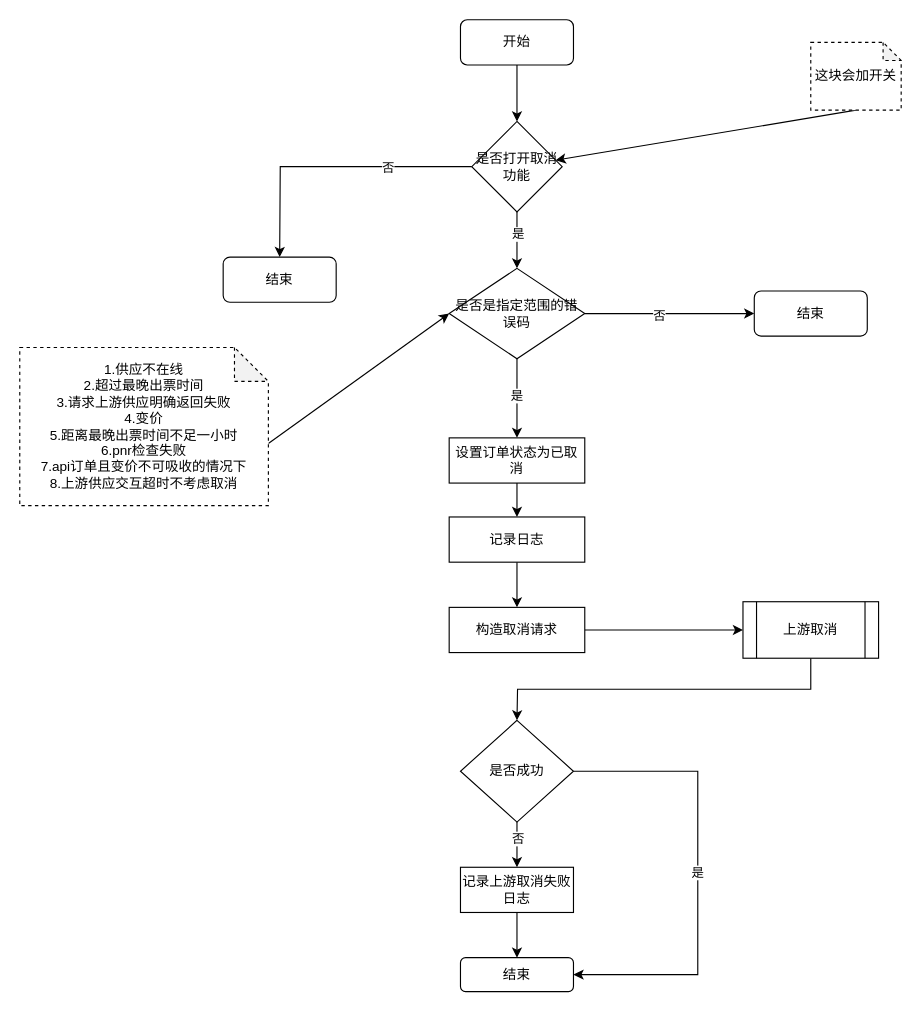
zhangweixin/design-diagram keeps this draw.io diagram as page "取消订单处理" (4 of 9) of pkfare/paycheck-refactor/新支付前校验流程.drawio. Above is the earlier version. Source tidied: cells renumbered, new cells numbered last; positions are measured from the earlier drawing's top-left corner, leaving out a move shared by most shapes. Both pictures are drawn from the tidied source at 113%, with x=0, y=0 at pixel (19, 19).
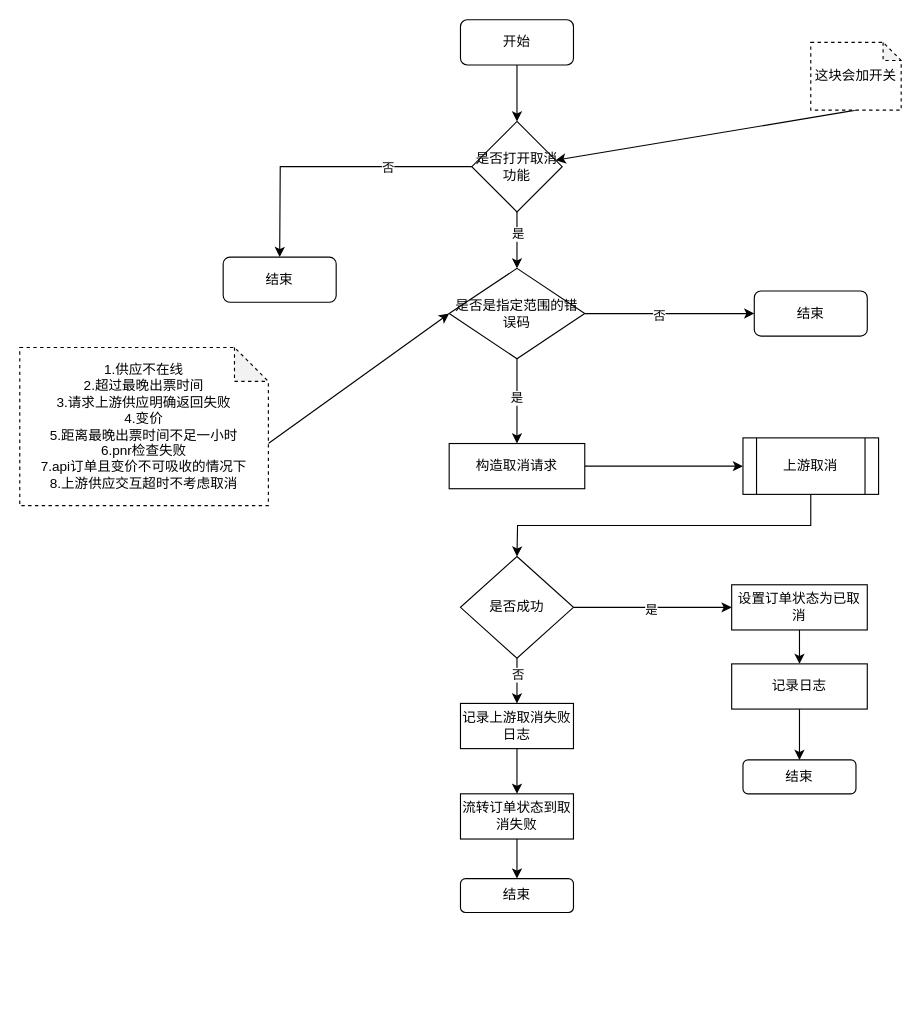
Above is the later version.

The change refers to these unchanged cells:
```xml
<mxCell id="8" value="是否是指定范围的错误码" style="rhombus;whiteSpace=wrap;html=1;" parent="1" vertex="1">
  <mxGeometry x="380" y="220" width="120" height="80" as="geometry" />
</mxCell>
```

Change to the diagram source:
```diff
@@
-    <mxCell id="4" style="edgeStyle=orthogonalEdgeStyle;rounded=0;jettySize=auto;html=1;exitX=0.5;exitY=1;exitDx=0;exitDy=0;" parent="1" edge="1" source="8">
-      <mxGeometry relative="1" as="geometry">
-        <mxPoint x="440" y="370" as="targetPoint" />
-      </mxGeometry>
+    <mxCell id="4" style="edgeStyle=orthogonalEdgeStyle;rounded=0;jettySize=auto;html=1;exitX=0.5;exitY=1;exitDx=0;exitDy=0;entryX=0.5;entryY=0;entryDx=0;entryDy=0;" parent="1" edge="1" source="8" target="17">
+      <mxGeometry relative="1" as="geometry" />
     </mxCell>
@@
     <mxCell id="9" style="edgeStyle=orthogonalEdgeStyle;rounded=0;jettySize=auto;html=1;exitX=0.5;exitY=1;exitDx=0;exitDy=0;" parent="1" edge="1" source="10">
       <mxGeometry relative="1" as="geometry">
-        <mxPoint x="440" y="440" as="targetPoint" />
+        <mxPoint x="690" y="570" as="targetPoint" />
       </mxGeometry>
     </mxCell>
     <mxCell id="10" value="设置订单状态为已取消" style="rounded=0;whiteSpace=wrap;html=1;" parent="1" vertex="1">
-      <mxGeometry x="380" y="370" width="120" height="40" as="geometry" />
+      <mxGeometry x="630" y="500" width="120" height="40" as="geometry" />
     </mxCell>
-    <mxCell id="11" style="edgeStyle=orthogonalEdgeStyle;rounded=0;jettySize=auto;html=1;exitX=0.5;exitY=1;exitDx=0;exitDy=0;" parent="1" edge="1" source="12">
-      <mxGeometry relative="1" as="geometry">
-        <mxPoint x="440" y="520" as="targetPoint" />
-      </mxGeometry>
-    </mxCell>
+    <mxCell id="35" style="edgeStyle=orthogonalEdgeStyle;rounded=0;jettySize=auto;html=1;exitX=0.5;exitY=1;exitDx=0;exitDy=0;entryX=0.5;entryY=0;entryDx=0;entryDy=0;" parent="1" edge="1" source="12" target="37">
+      <mxGeometry relative="1" as="geometry" />
+    </mxCell>
     <mxCell id="12" value="记录日志" style="rounded=0;whiteSpace=wrap;html=1;" parent="1" vertex="1">
-      <mxGeometry x="380" y="440" width="120" height="40" as="geometry" />
+      <mxGeometry x="630" y="570" width="120" height="40" as="geometry" />
     </mxCell>
@@
     <mxCell id="16" style="edgeStyle=orthogonalEdgeStyle;rounded=0;jettySize=auto;html=1;exitX=1;exitY=0.5;exitDx=0;exitDy=0;" parent="1" edge="1" source="17">
       <mxGeometry relative="1" as="geometry">
-        <mxPoint x="640" y="540" as="targetPoint" />
+        <mxPoint x="640" y="395" as="targetPoint" />
       </mxGeometry>
     </mxCell>
     <mxCell id="17" value="构造取消请求" style="rounded=0;whiteSpace=wrap;html=1;" parent="1" vertex="1">
-      <mxGeometry x="380" y="520" width="120" height="40" as="geometry" />
+      <mxGeometry x="380" y="375" width="120" height="40" as="geometry" />
     </mxCell>
     <mxCell id="18" style="edgeStyle=orthogonalEdgeStyle;rounded=0;jettySize=auto;html=1;exitX=0.5;exitY=1;exitDx=0;exitDy=0;" parent="1" edge="1" source="19">
       <mxGeometry relative="1" as="geometry">
-        <mxPoint x="440" y="620" as="targetPoint" />
+        <mxPoint x="440" y="475" as="targetPoint" />
       </mxGeometry>
     </mxCell>
     <mxCell id="19" value="上游取消" style="shape=process;whiteSpace=wrap;html=1;backgroundOutline=1;" parent="1" vertex="1">
-      <mxGeometry x="640" y="515" width="120" height="50" as="geometry" />
+      <mxGeometry x="640" y="370" width="120" height="50" as="geometry" />
     </mxCell>
     <mxCell id="20" style="edgeStyle=orthogonalEdgeStyle;rounded=0;jettySize=auto;html=1;exitX=0.5;exitY=1;exitDx=0;exitDy=0;" parent="1" edge="1" source="23">
       <mxGeometry relative="1" as="geometry">
-        <mxPoint x="440" y="750" as="targetPoint" />
+        <mxPoint x="440" y="605" as="targetPoint" />
       </mxGeometry>
     </mxCell>
@@
+    <mxCell id="36" style="edgeStyle=orthogonalEdgeStyle;rounded=0;jettySize=auto;html=1;exitX=1;exitY=0.5;exitDx=0;exitDy=0;entryX=0;entryY=0.5;entryDx=0;entryDy=0;" parent="1" edge="1" source="23" target="10">
+      <mxGeometry relative="1" as="geometry" />
+    </mxCell>
-    <mxCell id="22" value="是" style="edgeStyle=orthogonalEdgeStyle;rounded=0;jettySize=auto;html=1;exitX=1;exitY=0.5;exitDx=0;exitDy=0;entryX=1;entryY=0.5;entryDx=0;entryDy=0;" parent="1" edge="1" source="23" target="26">
-      <mxGeometry relative="1" as="geometry">
-        <Array as="points">
-          <mxPoint x="600" y="665" />
-          <mxPoint x="600" y="845" />
-        </Array>
-      </mxGeometry>
+    <mxCell id="22" value="是" style="edgeLabel;html=1;align=center;verticalAlign=middle;" parent="36" vertex="1">
+      <mxGeometry x="-0.03" y="-1" relative="1" as="geometry" />
     </mxCell>
     <mxCell id="23" value="是否成功" style="rhombus;whiteSpace=wrap;html=1;" parent="1" vertex="1">
-      <mxGeometry x="390" y="620" width="100" height="90" as="geometry" />
+      <mxGeometry x="390" y="475" width="100" height="90" as="geometry" />
     </mxCell>
     <mxCell id="24" style="edgeStyle=orthogonalEdgeStyle;rounded=0;jettySize=auto;html=1;exitX=0.5;exitY=1;exitDx=0;exitDy=0;" parent="1" edge="1" source="25">
       <mxGeometry relative="1" as="geometry">
-        <mxPoint x="440" y="830" as="targetPoint" />
+        <mxPoint x="440" y="685" as="targetPoint" />
       </mxGeometry>
     </mxCell>
     <mxCell id="25" value="记录上游取消失败日志" style="rounded=0;whiteSpace=wrap;html=1;" parent="1" vertex="1">
-      <mxGeometry x="390" y="750" width="100" height="40" as="geometry" />
+      <mxGeometry x="390" y="605" width="100" height="40" as="geometry" />
     </mxCell>
     <mxCell id="26" value="结束" style="rounded=1;whiteSpace=wrap;html=1;" parent="1" vertex="1">
-      <mxGeometry x="390" y="830" width="100" height="30" as="geometry" />
+      <mxGeometry x="390" y="760" width="100" height="30" as="geometry" />
     </mxCell>
@@
+    <mxCell id="37" value="结束" style="rounded=1;whiteSpace=wrap;html=1;" parent="1" vertex="1">
+      <mxGeometry x="640" y="655" width="100" height="30" as="geometry" />
+    </mxCell>
+    <mxCell id="38" style="edgeStyle=orthogonalEdgeStyle;rounded=0;jettySize=auto;html=1;exitX=0.5;exitY=1;exitDx=0;exitDy=0;" parent="1" edge="1" source="39">
+      <mxGeometry relative="1" as="geometry">
+        <mxPoint x="440" y="760" as="targetPoint" />
+      </mxGeometry>
+    </mxCell>
+    <mxCell id="39" value="流转订单状态到取消失败" style="rounded=0;whiteSpace=wrap;html=1;" parent="1" vertex="1">
+      <mxGeometry x="390" y="685" width="100" height="40" as="geometry" />
+    </mxCell>
```
